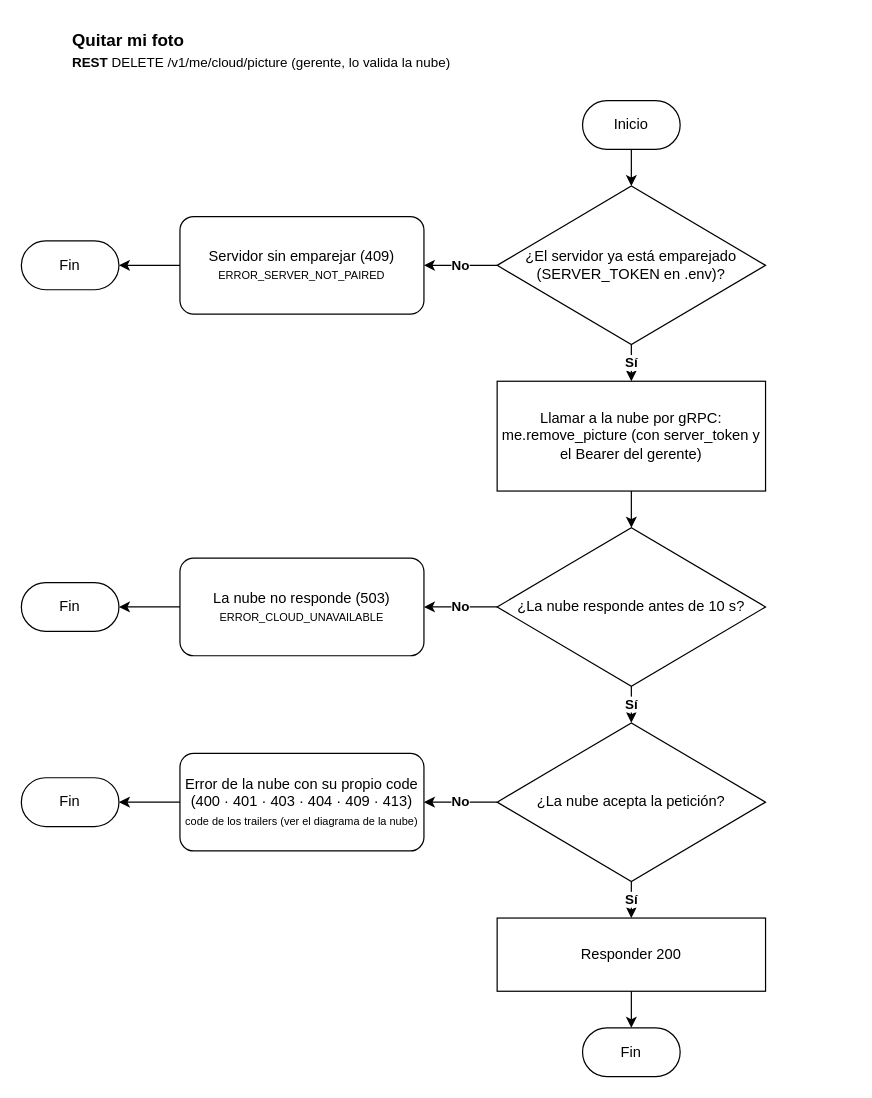
The draw.io diagram documents/diagrams/workflows/me/cloud/remove_picture.drawio in Andry510/miyabi-restaurant-server, before the edit. Source tidied: cells renumbered, new cells numbered last; positions are measured from the earlier drawing's top-left corner, leaving out a move shared by most shapes. Both pictures are drawn from the tidied source at 122%, with x=0, y=0 at pixel (21, 21).
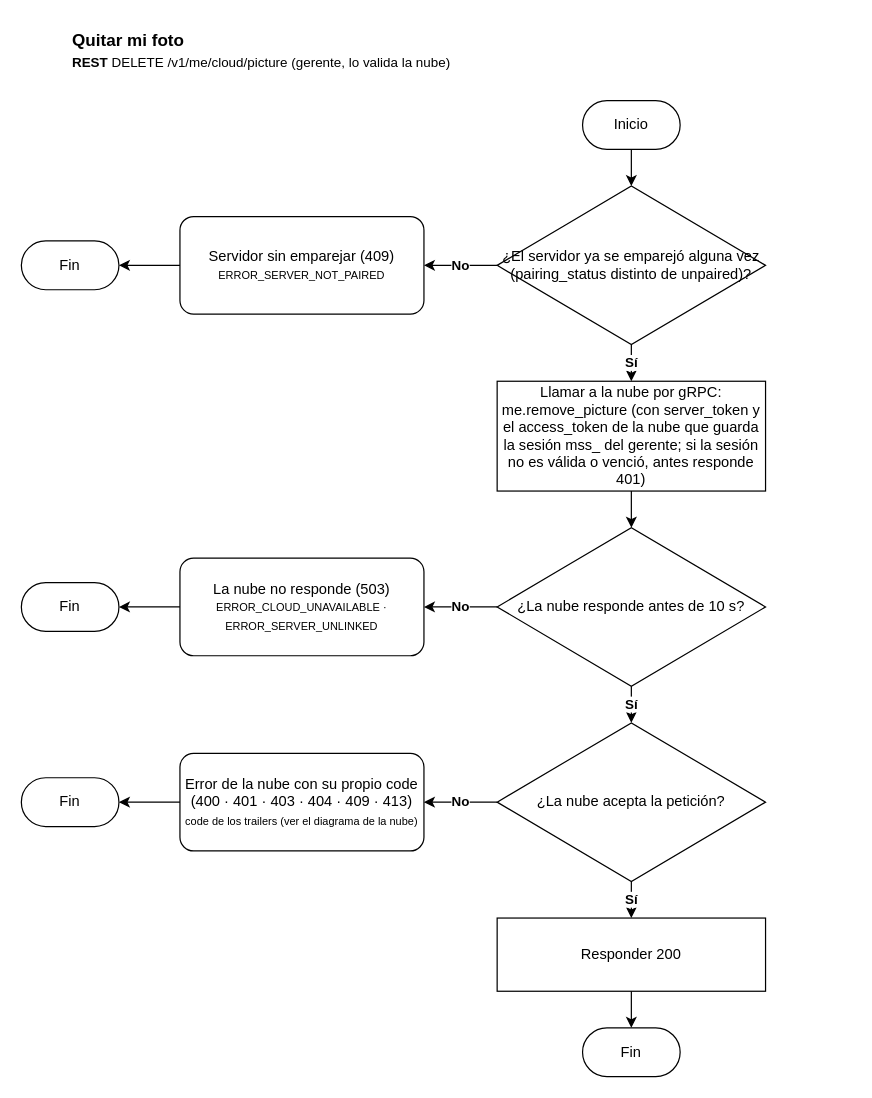
After the change.

Diff of the diagram source:
```diff
@@
-    <mxCell id="4" value="¿El servidor ya está emparejado (SERVER_TOKEN en .env)?" style="rhombus;whiteSpace=wrap;html=1;rounded=1;arcSize=0;" parent="1" vertex="1">
+    <mxCell id="4" value="¿El servidor ya se emparejó alguna vez (pairing_status distinto de unpaired)?" style="rhombus;whiteSpace=wrap;html=1;rounded=1;arcSize=0;" parent="1" vertex="1">
       <mxGeometry x="390" y="135" width="220" height="130" as="geometry" />
     </mxCell>
@@
-    <mxCell id="10" value="Llamar a la nube por gRPC: me.remove_picture (con server_token y el Bearer del gerente)" style="rounded=0;whiteSpace=wrap;html=1;" parent="1" vertex="1">
+    <mxCell id="10" value="Llamar a la nube por gRPC: me.remove_picture (con server_token y el access_token de la nube que guarda la sesión mss_ del gerente; si la sesión no es válida o venció, antes responde 401)" style="rounded=0;whiteSpace=wrap;html=1;" parent="1" vertex="1">
       <mxGeometry x="390" y="295" width="220" height="90" as="geometry" />
     </mxCell>
@@
-    <mxCell id="14" value="La nube no responde (503)&lt;br&gt;&lt;font style=&quot;font-size: 9px;&quot;&gt;ERROR_CLOUD_UNAVAILABLE&lt;/font&gt;" style="rounded=1;whiteSpace=wrap;html=1;arcSize=14;" parent="1" vertex="1">
+    <mxCell id="14" value="La nube no responde (503)&lt;br&gt;&lt;font style=&quot;font-size: 9px;&quot;&gt;ERROR_CLOUD_UNAVAILABLE · ERROR_SERVER_UNLINKED&lt;/font&gt;" style="rounded=1;whiteSpace=wrap;html=1;arcSize=14;" parent="1" vertex="1">
       <mxGeometry x="130" y="440" width="200" height="80" as="geometry" />
     </mxCell>
```
